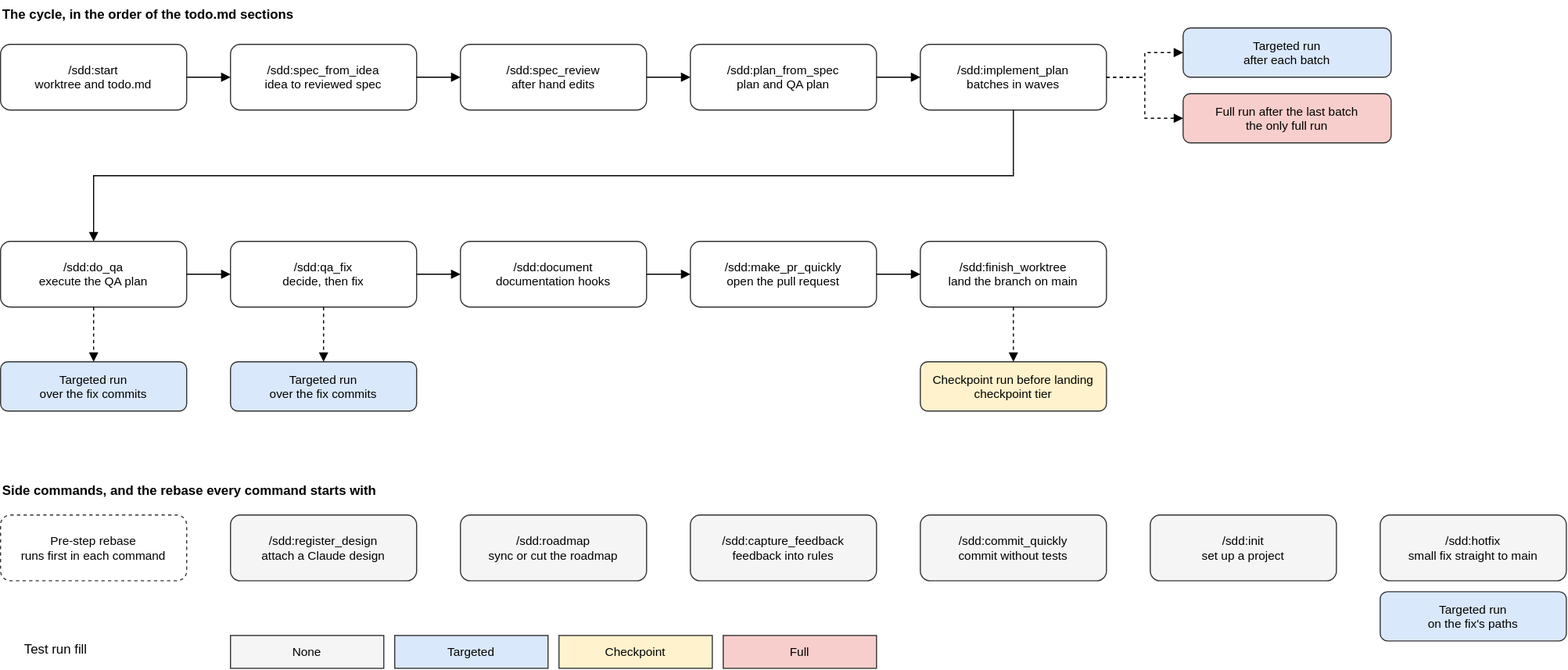
preludetech/Freedom-LS keeps this draw.io diagram as claude_plugins/sdd/docs/diagrams/overview.drawio.svg. Above is the earlier version. Source tidied: cells renumbered, new cells last; positions are measured from the earlier drawing's top-left corner, leaving out a move shared by most shapes.
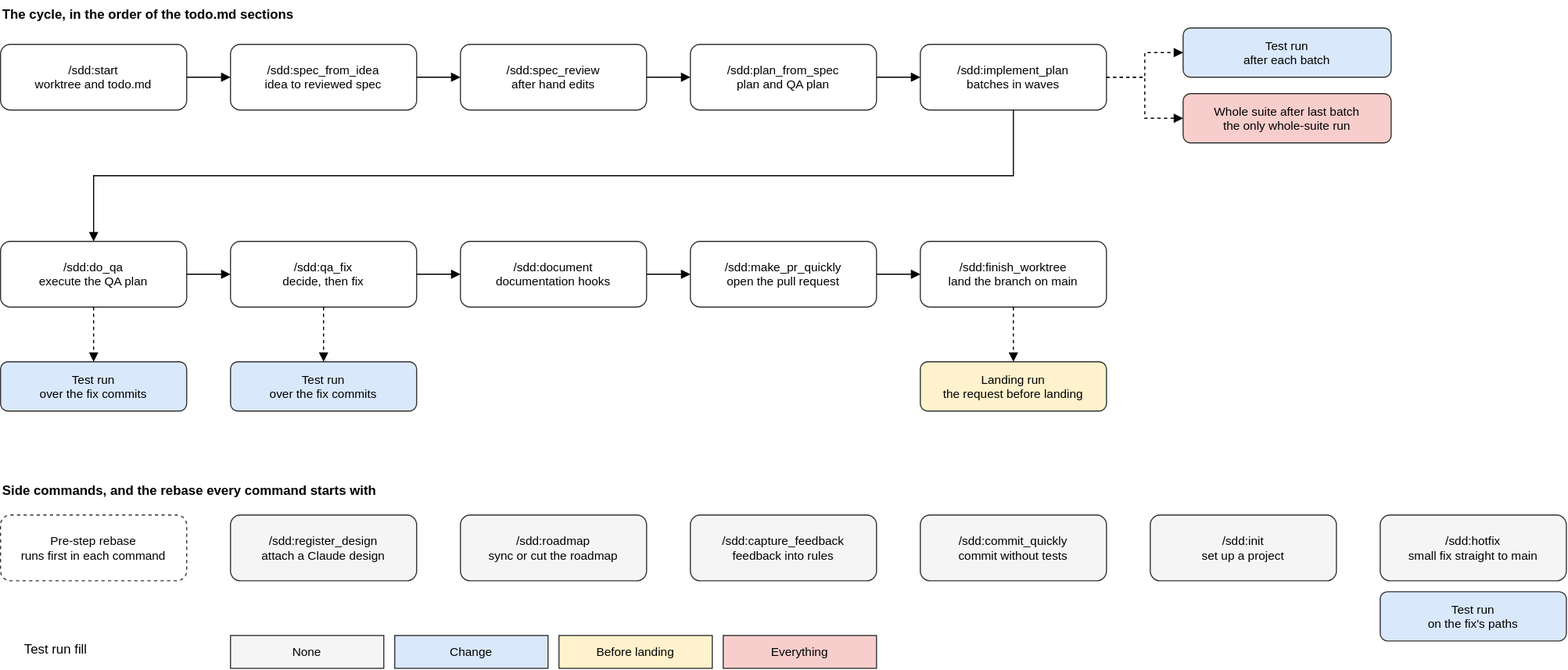
Later version of the same file.

The edit, as a diff of the source:
```diff
@@ -67,10 +67,10 @@
         </Array>
       </mxGeometry>
     </mxCell>
-    <mxCell id="22" value="Targeted run&#10;after each batch" style="rounded=1;html=0;fontSize=11;strokeColor=#333333;fillColor=#dae8fc;" parent="1" vertex="1">
+    <mxCell id="22" value="Test run&#10;after each batch" style="rounded=1;html=0;fontSize=11;strokeColor=#333333;fillColor=#dae8fc;" parent="1" vertex="1">
       <mxGeometry x="1080" y="25" width="190" height="45" as="geometry" />
     </mxCell>
-    <mxCell id="23" value="Full run after the last batch&#10;the only full run" style="rounded=1;html=0;fontSize=11;strokeColor=#333333;fillColor=#f8cecc;" parent="1" vertex="1">
+    <mxCell id="23" value="Whole suite after last batch&#10;the only whole-suite run" style="rounded=1;html=0;fontSize=11;strokeColor=#333333;fillColor=#f8cecc;" parent="1" vertex="1">
       <mxGeometry x="1080" y="85" width="190" height="45" as="geometry" />
     </mxCell>
     <mxCell id="24" style="edgeStyle=orthogonalEdgeStyle;rounded=0;html=0;endArrow=block;endFill=1;fontSize=10;labelBackgroundColor=#ffffff;dashed=1;exitX=1;exitY=0.5;exitDx=0;exitDy=0;entryX=0;entryY=0.5;entryDx=0;entryDy=0;" parent="1" edge="1" source="7" target="22">
@@ -79,13 +79,13 @@
     <mxCell id="25" style="edgeStyle=orthogonalEdgeStyle;rounded=0;html=0;endArrow=block;endFill=1;fontSize=10;labelBackgroundColor=#ffffff;dashed=1;exitX=1;exitY=0.5;exitDx=0;exitDy=0;entryX=0;entryY=0.5;entryDx=0;entryDy=0;" parent="1" edge="1" source="7" target="23">
       <mxGeometry relative="1" as="geometry" />
     </mxCell>
-    <mxCell id="26" value="Targeted run&#10;over the fix commits" style="rounded=1;html=0;fontSize=11;strokeColor=#333333;fillColor=#dae8fc;" parent="1" vertex="1">
+    <mxCell id="26" value="Test run&#10;over the fix commits" style="rounded=1;html=0;fontSize=11;strokeColor=#333333;fillColor=#dae8fc;" parent="1" vertex="1">
       <mxGeometry y="330" width="170" height="45" as="geometry" />
     </mxCell>
-    <mxCell id="27" value="Targeted run&#10;over the fix commits" style="rounded=1;html=0;fontSize=11;strokeColor=#333333;fillColor=#dae8fc;" parent="1" vertex="1">
+    <mxCell id="27" value="Test run&#10;over the fix commits" style="rounded=1;html=0;fontSize=11;strokeColor=#333333;fillColor=#dae8fc;" parent="1" vertex="1">
       <mxGeometry x="210" y="330" width="170" height="45" as="geometry" />
     </mxCell>
-    <mxCell id="28" value="Checkpoint run before landing&#10;checkpoint tier" style="rounded=1;html=0;fontSize=11;strokeColor=#333333;fillColor=#fff2cc;" parent="1" vertex="1">
+    <mxCell id="28" value="Landing run&#10;the request before landing" style="rounded=1;html=0;fontSize=11;strokeColor=#333333;fillColor=#fff2cc;" parent="1" vertex="1">
       <mxGeometry x="840" y="330" width="170" height="45" as="geometry" />
     </mxCell>
     <mxCell id="29" style="edgeStyle=orthogonalEdgeStyle;rounded=0;html=0;endArrow=block;endFill=1;fontSize=10;labelBackgroundColor=#ffffff;dashed=1;exitX=0.5;exitY=1;exitDx=0;exitDy=0;entryX=0.5;entryY=0;entryDx=0;entryDy=0;" parent="1" edge="1" source="8" target="26">
@@ -124,19 +124,19 @@
     <mxCell id="40" value="None" style="rounded=1;html=0;fontSize=11;strokeColor=#333333;fillColor=#f5f5f5;rounded=0;" parent="1" vertex="1">
       <mxGeometry x="210" y="580" width="140" height="30" as="geometry" />
     </mxCell>
-    <mxCell id="41" value="Targeted" style="rounded=1;html=0;fontSize=11;strokeColor=#333333;fillColor=#dae8fc;rounded=0;" parent="1" vertex="1">
+    <mxCell id="41" value="Change" style="rounded=1;html=0;fontSize=11;strokeColor=#333333;fillColor=#dae8fc;rounded=0;" parent="1" vertex="1">
       <mxGeometry x="360" y="580" width="140" height="30" as="geometry" />
     </mxCell>
-    <mxCell id="42" value="Checkpoint" style="rounded=1;html=0;fontSize=11;strokeColor=#333333;fillColor=#fff2cc;rounded=0;" parent="1" vertex="1">
+    <mxCell id="42" value="Before landing" style="rounded=1;html=0;fontSize=11;strokeColor=#333333;fillColor=#fff2cc;rounded=0;" parent="1" vertex="1">
       <mxGeometry x="510" y="580" width="140" height="30" as="geometry" />
     </mxCell>
-    <mxCell id="43" value="Full" style="rounded=1;html=0;fontSize=11;strokeColor=#333333;fillColor=#f8cecc;rounded=0;" parent="1" vertex="1">
+    <mxCell id="43" value="Everything" style="rounded=1;html=0;fontSize=11;strokeColor=#333333;fillColor=#f8cecc;rounded=0;" parent="1" vertex="1">
       <mxGeometry x="660" y="580" width="140" height="30" as="geometry" />
     </mxCell>
     <mxCell id="44" value="/sdd:hotfix&#10;small fix straight to main" style="rounded=1;html=0;fontSize=11;strokeColor=#333333;fillColor=#f5f5f5;" parent="1" vertex="1">
       <mxGeometry x="1260" y="470" width="170" height="60" as="geometry" />
     </mxCell>
-    <mxCell id="45" value="Targeted run&#10;on the fix's paths" style="rounded=1;html=0;fontSize=11;strokeColor=#333333;fillColor=#dae8fc;" parent="1" vertex="1">
+    <mxCell id="45" value="Test run&#10;on the fix's paths" style="rounded=1;html=0;fontSize=11;strokeColor=#333333;fillColor=#dae8fc;" parent="1" vertex="1">
       <mxGeometry x="1260" y="540" width="170" height="45" as="geometry" />
     </mxCell>
   </root>
```
